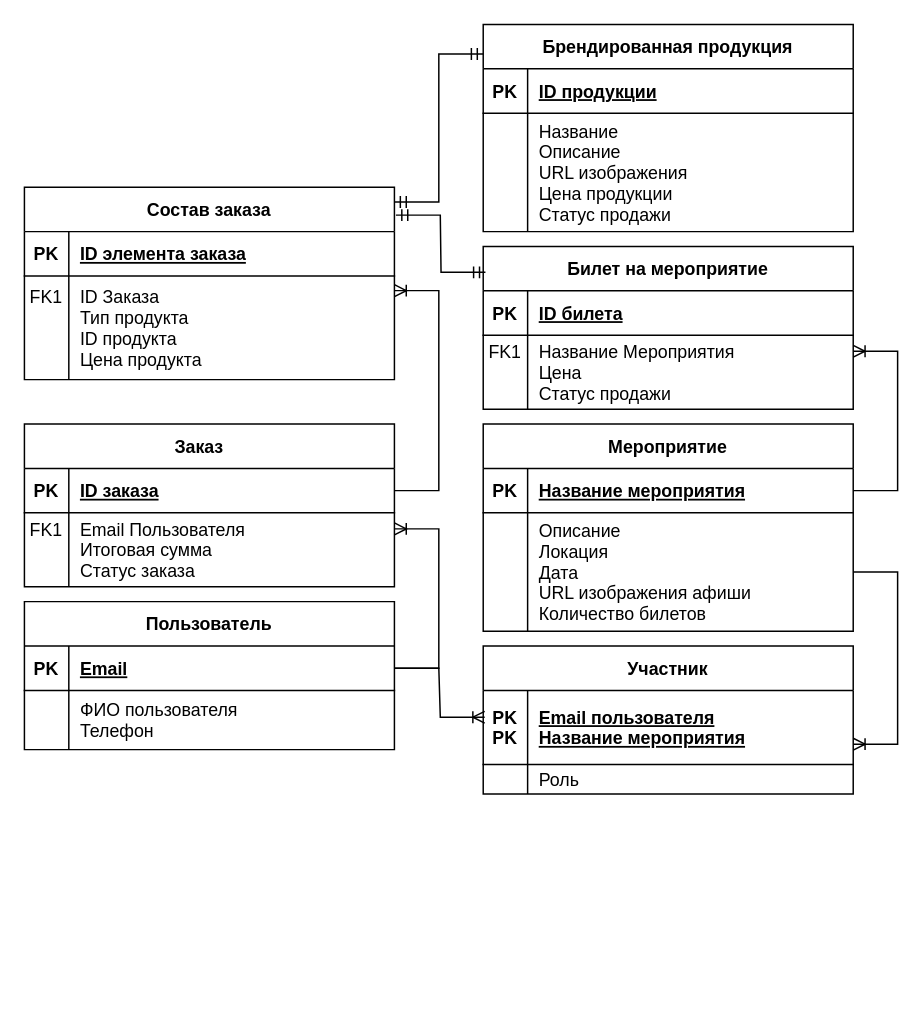
Earlier version of the draw.io diagram martin.drawio (softqwak/ud). Source tidied: cells renumbered, new cells numbered last; positions are measured from the earlier drawing's top-left corner, leaving out a move shared by most shapes. Both pictures are drawn from the tidied source at 148%, with x=0, y=0 at pixel (24, 24).
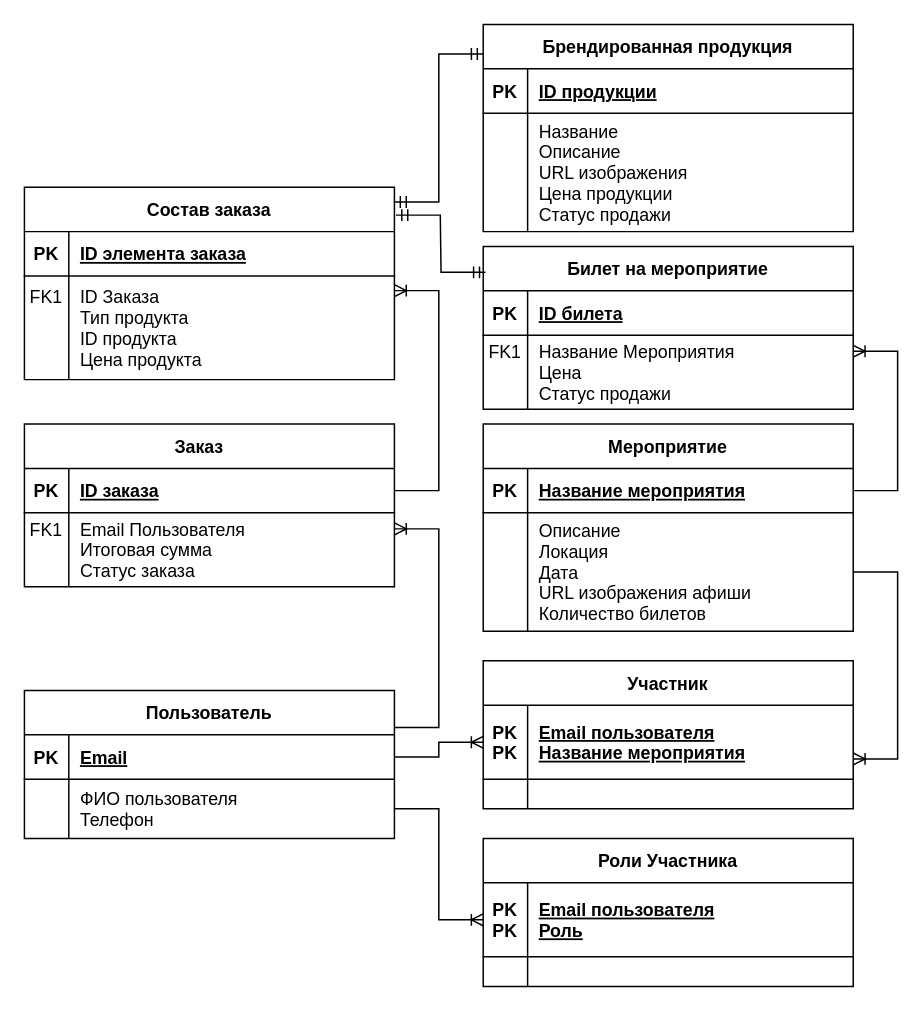
Above is the later version.

The change refers to these unchanged cells:
```xml
<mxCell id="3" style="shape=partialRectangle;fillColor=none;points=[[0,0.5],[1,0.5]];portConstraint=eastwest;top=0;left=0;right=0;bottom=1;" parent="2" vertex="1">
  <mxGeometry y="30" width="250" height="30" as="geometry" />
</mxCell>
<mxCell id="6" style="shape=partialRectangle;fillColor=none;points=[[0,0.5],[1,0.5]];portConstraint=eastwest;top=0;left=0;right=0;bottom=0;" parent="2" vertex="1">
  <mxGeometry y="60" width="250" height="40" as="geometry" />
</mxCell>
<mxCell id="10" style="shape=partialRectangle;fillColor=none;points=[[0,0.5],[1,0.5]];portConstraint=eastwest;top=0;left=0;right=0;bottom=1;" parent="9" vertex="1">
  <mxGeometry y="30" width="250" height="50" as="geometry" />
</mxCell>
<mxCell id="13" style="shape=partialRectangle;fillColor=none;top=0;left=0;right=0;bottom=0;" parent="9" vertex="1">
  <mxGeometry y="80" width="250" height="20" as="geometry" />
</mxCell>
<mxCell id="27" style="shape=partialRectangle;fillColor=none;points=[[0,0.5],[1,0.5]];portConstraint=eastwest;top=0;left=0;right=0;bottom=0;" parent="23" vertex="1">
  <mxGeometry y="60" width="250" height="50" as="geometry" />
</mxCell>
```

The edit, as a diff of the source:
```diff
@@
     <mxCell id="2" value="Пользователь" style="shape=table;startSize=30;childLayout=tableLayout;rowLines=0;fontStyle=1;align=center;" parent="1" vertex="1">
-      <mxGeometry y="390" width="250" height="100" as="geometry" />
+      <mxGeometry y="450" width="250" height="100" as="geometry" />
     </mxCell>
@@
     <mxCell id="9" value="Участник" style="shape=table;startSize=30;childLayout=tableLayout;rowLines=0;fontStyle=1;align=center;" parent="1" vertex="1">
-      <mxGeometry x="310" y="420" width="250" height="100" as="geometry" />
+      <mxGeometry x="310" y="430" width="250" height="100" as="geometry" />
     </mxCell>
@@
-    <mxCell id="15" value="Роль" style="shape=partialRectangle;overflow=hidden;fillColor=none;top=0;left=0;bottom=0;right=0;align=left;spacingLeft=6;" parent="13" vertex="1">
+    <mxCell id="15" style="shape=partialRectangle;overflow=hidden;fillColor=none;top=0;left=0;bottom=0;right=0;align=left;spacingLeft=6;" parent="13" vertex="1">
       <mxGeometry x="30" width="220" height="20" as="geometry" />
     </mxCell>
@@
-    <mxCell id="51" style="edgeStyle=entityRelationEdgeStyle;fontSize=12;html=1;endArrow=ERoneToMany;rounded=0;exitX=1;exitY=0.5;exitDx=0;exitDy=0;entryX=0.004;entryY=0.362;entryDx=0;entryDy=0;entryPerimeter=0;" parent="1" edge="1" source="3" target="10">
+    <mxCell id="51" style="edgeStyle=entityRelationEdgeStyle;fontSize=12;html=1;endArrow=ERoneToMany;rounded=0;exitX=1;exitY=0.5;exitDx=0;exitDy=0;entryX=0;entryY=0.5;entryDx=0;entryDy=0;" parent="1" edge="1" source="3" target="10">
       <mxGeometry relative="1" as="geometry" />
     </mxCell>
-    <mxCell id="52" style="edgeStyle=entityRelationEdgeStyle;fontSize=12;html=1;endArrow=ERoneToMany;rounded=0;entryX=1;entryY=0.217;entryDx=0;entryDy=0;exitX=1;exitY=0.5;exitDx=0;exitDy=0;entryPerimeter=0;" parent="1" edge="1" source="3" target="27">
+    <mxCell id="52" style="edgeStyle=entityRelationEdgeStyle;fontSize=12;html=1;endArrow=ERoneToMany;rounded=0;entryX=1;entryY=0.217;entryDx=0;entryDy=0;exitX=1;exitY=0.25;exitDx=0;exitDy=0;entryPerimeter=0;" parent="1" edge="1" source="2" target="27">
       <mxGeometry relative="1" as="geometry" />
     </mxCell>
@@
+    <mxCell id="58" value="Роли Участника" style="shape=table;startSize=30;childLayout=tableLayout;rowLines=0;fontStyle=1;align=center;" parent="1" vertex="1">
+      <mxGeometry x="310" y="550" width="250" height="100" as="geometry" />
+    </mxCell>
+    <mxCell id="59" style="shape=partialRectangle;fillColor=none;points=[[0,0.5],[1,0.5]];portConstraint=eastwest;top=0;left=0;right=0;bottom=1;" parent="58" vertex="1">
+      <mxGeometry y="30" width="250" height="50" as="geometry" />
+    </mxCell>
+    <mxCell id="60" value="PK&#10;PK" style="shape=partialRectangle;overflow=hidden;fillColor=none;top=0;left=0;bottom=0;right=0;fontStyle=1;" parent="59" vertex="1">
+      <mxGeometry width="30" height="50" as="geometry" />
+    </mxCell>
+    <mxCell id="61" value="Email пользователя&#10;Роль" style="shape=partialRectangle;overflow=hidden;fillColor=none;top=0;left=0;bottom=0;right=0;align=left;spacingLeft=6;fontStyle=5;" parent="59" vertex="1">
+      <mxGeometry x="30" width="220" height="50" as="geometry" />
+    </mxCell>
+    <mxCell id="62" style="shape=partialRectangle;fillColor=none;top=0;left=0;right=0;bottom=0;" parent="58" vertex="1">
+      <mxGeometry y="80" width="250" height="20" as="geometry" />
+    </mxCell>
+    <mxCell id="63" style="shape=partialRectangle;overflow=hidden;fillColor=none;top=0;left=0;bottom=0;right=0;" parent="62" vertex="1">
+      <mxGeometry width="30" height="20" as="geometry" />
+    </mxCell>
+    <mxCell id="64" style="shape=partialRectangle;overflow=hidden;fillColor=none;top=0;left=0;bottom=0;right=0;align=left;spacingLeft=6;" parent="62" vertex="1">
+      <mxGeometry x="30" width="220" height="20" as="geometry" />
+    </mxCell>
+    <mxCell id="65" style="edgeStyle=entityRelationEdgeStyle;fontSize=12;html=1;endArrow=ERoneToMany;rounded=0;exitX=1;exitY=0.5;exitDx=0;exitDy=0;entryX=0;entryY=0.5;entryDx=0;entryDy=0;" parent="1" edge="1" source="6" target="59">
+      <mxGeometry relative="1" as="geometry" />
+    </mxCell>
```
